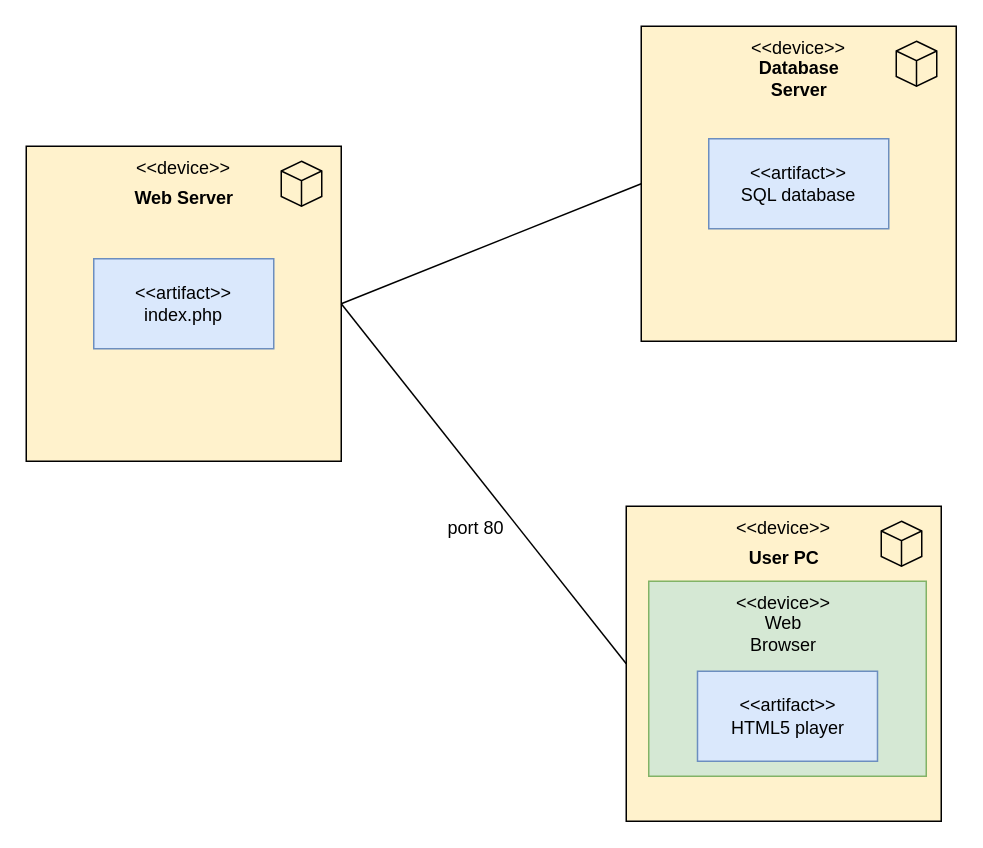
tassosant/Eshop keeps this draw.io diagram as Eshop/Diagrams/2.Elaboration/9.Deployment Diagram.v1.drawio. Above is the earlier version. Source tidied: cells renumbered, new cells numbered last; positions are measured from the earlier drawing's top-left corner, leaving out a move shared by most shapes. Both pictures are drawn from the tidied source at 150%, with x=0, y=0 at pixel (26, 26).
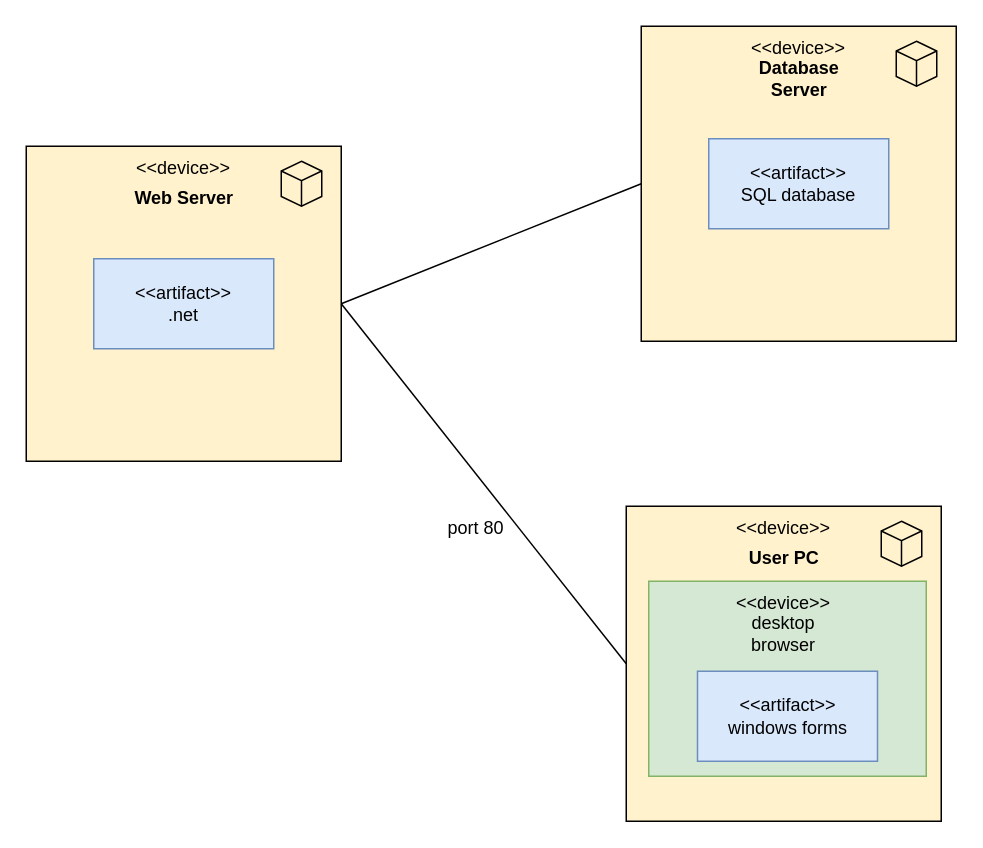
The same diagram, later.

Change to the diagram source:
```diff
@@
-    <mxCell id="12" value="&amp;lt;&amp;lt;artifact&amp;gt;&amp;gt;&lt;div&gt;index.php&lt;/div&gt;" style="rounded=0;whiteSpace=wrap;html=1;fillColor=#dae8fc;strokeColor=#6c8ebf;" parent="1" vertex="1">
+    <mxCell id="12" value="&amp;lt;&amp;lt;artifact&amp;gt;&amp;gt;&lt;div&gt;.net&lt;/div&gt;" style="rounded=0;whiteSpace=wrap;html=1;fillColor=#dae8fc;strokeColor=#6c8ebf;" parent="1" vertex="1">
       <mxGeometry x="45" y="155" width="120" height="60" as="geometry" />
     </mxCell>
@@
-    <mxCell id="21" value="&amp;lt;&amp;lt;artifact&amp;gt;&amp;gt;&lt;div&gt;HTML5 player&lt;/div&gt;" style="rounded=0;whiteSpace=wrap;html=1;fillColor=#dae8fc;strokeColor=#6c8ebf;" parent="1" vertex="1">
+    <mxCell id="21" value="&amp;lt;&amp;lt;artifact&amp;gt;&amp;gt;&lt;div&gt;windows forms&lt;/div&gt;" style="rounded=0;whiteSpace=wrap;html=1;fillColor=#dae8fc;strokeColor=#6c8ebf;" parent="1" vertex="1">
       <mxGeometry x="447.5" y="430" width="120" height="60" as="geometry" />
     </mxCell>
@@
-    <mxCell id="23" value="Web Browser" style="text;html=1;align=center;verticalAlign=middle;whiteSpace=wrap;rounded=0;" parent="1" vertex="1">
+    <mxCell id="23" value="desktop browser" style="text;html=1;align=center;verticalAlign=middle;whiteSpace=wrap;rounded=0;" parent="1" vertex="1">
       <mxGeometry x="475" y="390" width="60" height="30" as="geometry" />
     </mxCell>
```
